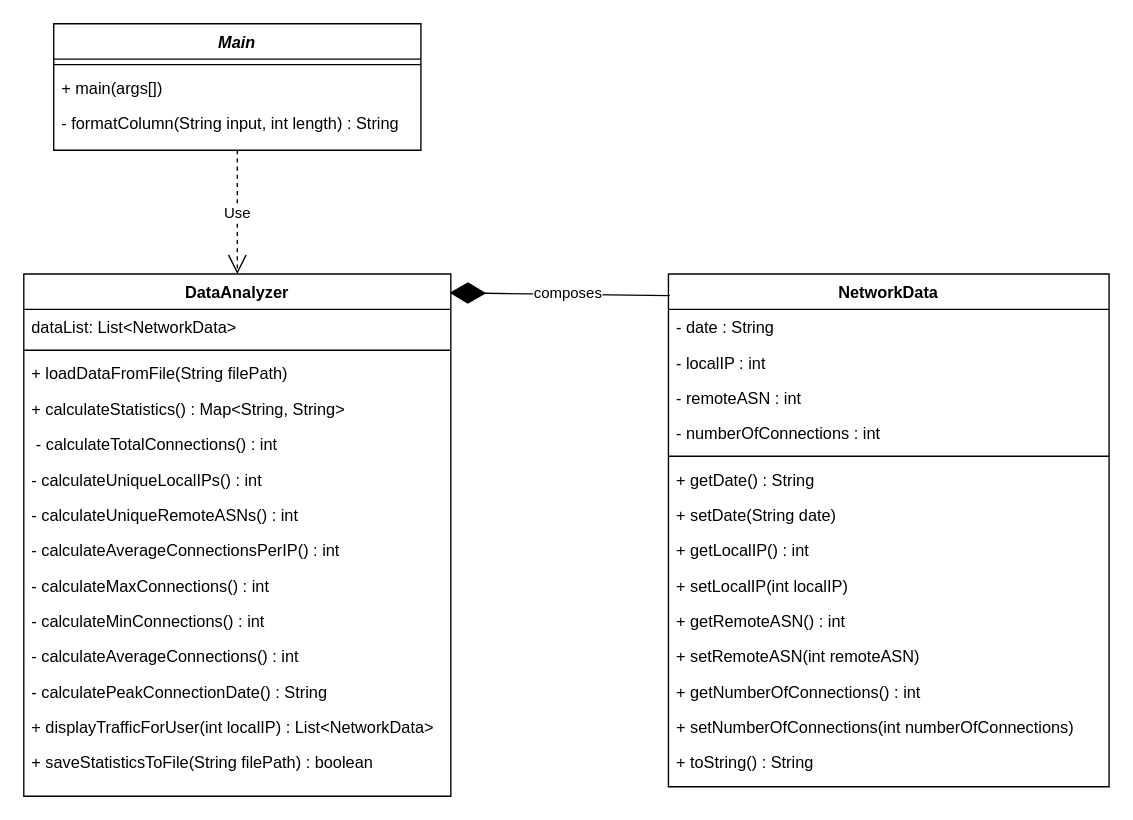
Above: diagrams/class-diagram.drawio in BantosBen/network-analyzer (draw.io), before the change. Source tidied: cells renumbered, new cells numbered last; positions are measured from the earlier drawing's top-left corner, leaving out a move shared by most shapes. Both pictures are drawn from the tidied source at 136%, with x=0, y=0 at pixel (23, 23).
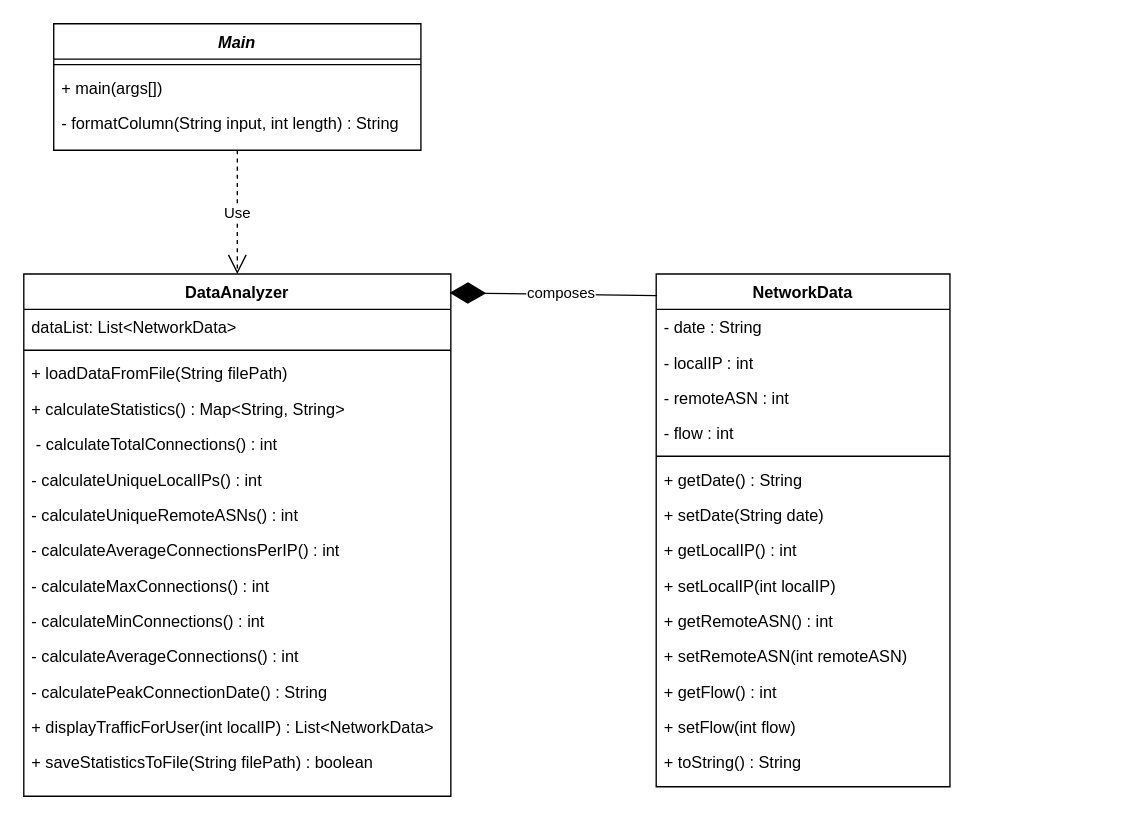
Above is the later version.

What changed in the source:
```diff
@@
     <mxCell id="6" value="NetworkData" style="swimlane;fontStyle=1;align=center;verticalAlign=top;horizontal=1;startSize=26;rounded=0;shadow=0;strokeWidth=1;" parent="1" vertex="1">
-      <mxGeometry x="474" y="184" width="324" height="377" as="geometry" />
+      <mxGeometry x="465" y="184" width="216" height="377" as="geometry" />
     </mxCell>
     <mxCell id="7" value="- date : String" style="text;align=left;verticalAlign=top;spacingLeft=4;spacingRight=4;overflow=hidden;" parent="6" vertex="1">
-      <mxGeometry y="26" width="324" height="26" as="geometry" />
+      <mxGeometry y="26" width="216" height="26" as="geometry" />
     </mxCell>
     <mxCell id="8" value="- localIP : int" style="text;align=left;verticalAlign=top;spacingLeft=4;spacingRight=4;overflow=hidden;rounded=0;shadow=0;html=0;" parent="6" vertex="1">
-      <mxGeometry y="52" width="324" height="26" as="geometry" />
+      <mxGeometry y="52" width="216" height="26" as="geometry" />
     </mxCell>
     <mxCell id="9" value="- remoteASN : int" style="text;align=left;verticalAlign=top;spacingLeft=4;spacingRight=4;overflow=hidden;rounded=0;shadow=0;html=0;" parent="6" vertex="1">
-      <mxGeometry y="78" width="324" height="26" as="geometry" />
+      <mxGeometry y="78" width="216" height="26" as="geometry" />
     </mxCell>
-    <mxCell id="10" value="- numberOfConnections : int" style="text;align=left;verticalAlign=top;spacingLeft=4;spacingRight=4;overflow=hidden;rounded=0;shadow=0;html=0;" parent="6" vertex="1">
-      <mxGeometry y="104" width="324" height="26" as="geometry" />
+    <mxCell id="10" value="- flow : int" style="text;align=left;verticalAlign=top;spacingLeft=4;spacingRight=4;overflow=hidden;rounded=0;shadow=0;html=0;" parent="6" vertex="1">
+      <mxGeometry y="104" width="216" height="26" as="geometry" />
     </mxCell>
     <mxCell id="11" style="line;html=1;strokeWidth=1;align=left;verticalAlign=middle;spacingTop=-1;spacingLeft=3;spacingRight=3;labelPosition=right;" parent="6" vertex="1">
-      <mxGeometry y="130" width="324" height="8" as="geometry" />
+      <mxGeometry y="130" width="216" height="8" as="geometry" />
     </mxCell>
     <mxCell id="12" value="+ getDate() : String " style="text;align=left;verticalAlign=top;spacingLeft=4;spacingRight=4;overflow=hidden;fontStyle=0;" parent="6" vertex="1">
-      <mxGeometry y="138" width="324" height="26" as="geometry" />
+      <mxGeometry y="138" width="216" height="26" as="geometry" />
     </mxCell>
     <mxCell id="13" value="+ setDate(String date)" style="text;align=left;verticalAlign=top;spacingLeft=4;spacingRight=4;overflow=hidden;" parent="6" vertex="1">
-      <mxGeometry y="164" width="324" height="26" as="geometry" />
+      <mxGeometry y="164" width="216" height="26" as="geometry" />
     </mxCell>
     <mxCell id="14" value="+ getLocalIP() : int " style="text;align=left;verticalAlign=top;spacingLeft=4;spacingRight=4;overflow=hidden;" parent="6" vertex="1">
-      <mxGeometry y="190" width="324" height="26" as="geometry" />
+      <mxGeometry y="190" width="216" height="26" as="geometry" />
     </mxCell>
     <mxCell id="15" value="+ setLocalIP(int localIP)" style="text;align=left;verticalAlign=top;spacingLeft=4;spacingRight=4;overflow=hidden;" parent="6" vertex="1">
-      <mxGeometry y="216" width="324" height="26" as="geometry" />
+      <mxGeometry y="216" width="216" height="26" as="geometry" />
     </mxCell>
     <mxCell id="16" value="+ getRemoteASN() : int " style="text;align=left;verticalAlign=top;spacingLeft=4;spacingRight=4;overflow=hidden;" parent="6" vertex="1">
-      <mxGeometry y="242" width="324" height="26" as="geometry" />
+      <mxGeometry y="242" width="216" height="26" as="geometry" />
     </mxCell>
     <mxCell id="17" value="+ setRemoteASN(int remoteASN)" style="text;align=left;verticalAlign=top;spacingLeft=4;spacingRight=4;overflow=hidden;" parent="6" vertex="1">
-      <mxGeometry y="268" width="324" height="26" as="geometry" />
+      <mxGeometry y="268" width="216" height="26" as="geometry" />
     </mxCell>
-    <mxCell id="18" value="+ getNumberOfConnections() : int" style="text;align=left;verticalAlign=top;spacingLeft=4;spacingRight=4;overflow=hidden;" parent="6" vertex="1">
-      <mxGeometry y="294" width="324" height="26" as="geometry" />
+    <mxCell id="18" value="+ getFlow() : int" style="text;align=left;verticalAlign=top;spacingLeft=4;spacingRight=4;overflow=hidden;" parent="6" vertex="1">
+      <mxGeometry y="294" width="216" height="26" as="geometry" />
     </mxCell>
-    <mxCell id="19" value="+ setNumberOfConnections(int numberOfConnections)&#10;" style="text;align=left;verticalAlign=top;spacingLeft=4;spacingRight=4;overflow=hidden;" parent="6" vertex="1">
-      <mxGeometry y="320" width="324" height="26" as="geometry" />
+    <mxCell id="19" value="+ setFlow(int flow)" style="text;align=left;verticalAlign=top;spacingLeft=4;spacingRight=4;overflow=hidden;" parent="6" vertex="1">
+      <mxGeometry y="320" width="216" height="26" as="geometry" />
     </mxCell>
     <mxCell id="20" value="+ toString() : String " style="text;align=left;verticalAlign=top;spacingLeft=4;spacingRight=4;overflow=hidden;" parent="6" vertex="1">
-      <mxGeometry y="346" width="324" height="26" as="geometry" />
+      <mxGeometry y="346" width="216" height="26" as="geometry" />
     </mxCell>
```
